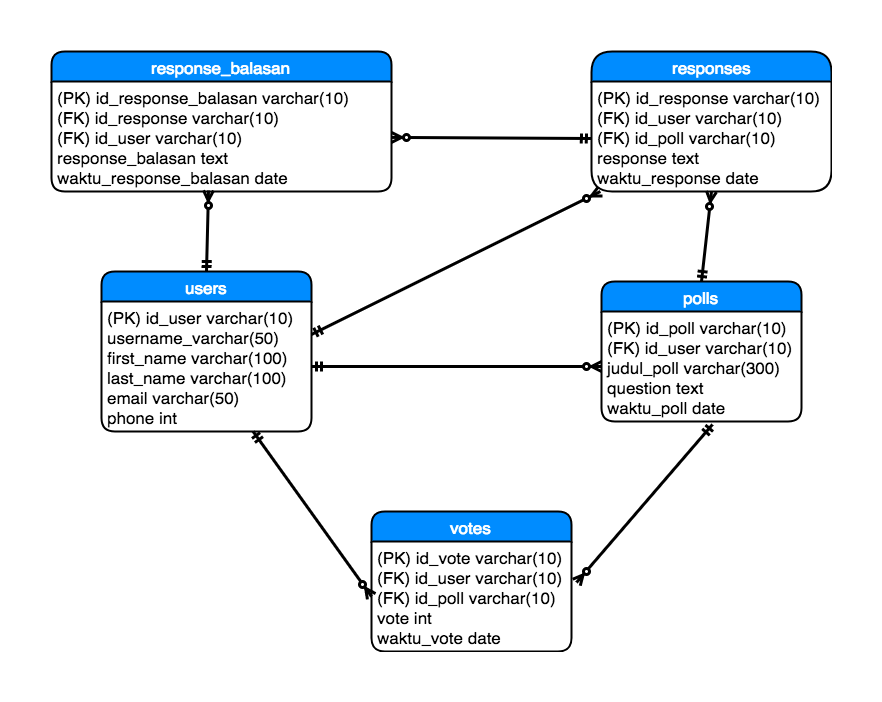
Before: polling_schema.png, a diagram exported from draw.io (fire-fox-2017/schema-polling). Source tidied: cells renumbered, new cells last; positions are measured from the earlier drawing's top-left corner, leaving out a move shared by most shapes.
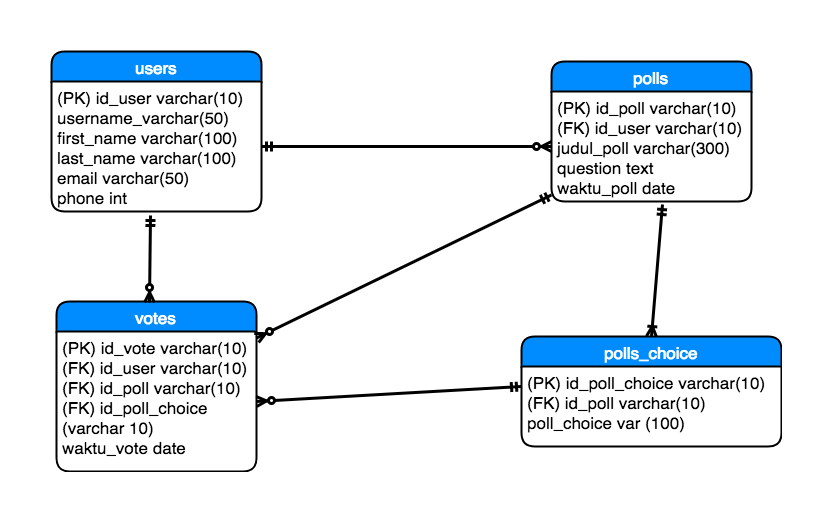
Later version of the same file.

What changed in the source:
```diff
@@ -8,12 +8,6 @@
     <mxCell id="3" value="(PK) id_user varchar(10)&lt;div&gt;username_varchar(50)&lt;/div&gt;&lt;div&gt;first_name varchar(100)&lt;/div&gt;&lt;div&gt;last_name varchar(100)&lt;/div&gt;&lt;div&gt;email varchar(50)&lt;/div&gt;&lt;div&gt;phone int&lt;/div&gt;" style="whiteSpace=wrap;html=1;align=left;strokeColor=none;fillColor=none;spacingLeft=4;fontSize=17;verticalAlign=top;" parent="2" vertex="1">
       <mxGeometry y="30" width="210" height="130" as="geometry" />
     </mxCell>
-    <mxCell id="4" value="responses" style="swimlane;html=1;horizontal=1;startSize=30;fillColor=#008cff;fontColor=#FFFFFF;rounded=1;fontSize=17;fontStyle=0;strokeWidth=2;shadow=0;dashed=0;align=center;arcSize=23;" parent="1" vertex="1">
-      <mxGeometry x="540" width="240" height="140" as="geometry" />
-    </mxCell>
-    <mxCell id="5" value="(PK) id_response varchar(10)&lt;div&gt;(FK) id_user varchar(10)&lt;br&gt;(FK) id_poll varchar(10)&lt;/div&gt;&lt;div&gt;response text&lt;/div&gt;&lt;div&gt;waktu_response date&lt;/div&gt;" style="whiteSpace=wrap;html=1;align=left;strokeColor=none;fillColor=none;spacingLeft=4;fontSize=17;verticalAlign=top;" parent="4" vertex="1">
-      <mxGeometry y="30" width="240" height="110" as="geometry" />
-    </mxCell>
     <mxCell id="6" value="polls" style="swimlane;html=1;horizontal=1;startSize=30;fillColor=#008cff;fontColor=#FFFFFF;rounded=1;fontSize=17;fontStyle=0;strokeWidth=2;shadow=0;dashed=0;align=center;" parent="1" vertex="1">
       <mxGeometry x="550" y="230" width="200" height="140" as="geometry" />
     </mxCell>
@@ -21,39 +15,31 @@
       <mxGeometry y="30" width="200" height="110" as="geometry" />
     </mxCell>
     <mxCell id="8" value="votes" style="swimlane;html=1;horizontal=1;startSize=30;fillColor=#008cff;fontColor=#FFFFFF;rounded=1;fontSize=17;fontStyle=0;strokeWidth=2;shadow=0;dashed=0;align=center;" parent="1" vertex="1">
-      <mxGeometry x="320" y="460" width="200" height="140" as="geometry" />
+      <mxGeometry x="55" y="470" width="200" height="170" as="geometry" />
     </mxCell>
-    <mxCell id="9" value="(PK) id_vote varchar(10)&lt;div&gt;(FK) id_user varchar(10)&lt;/div&gt;&lt;div&gt;(FK) id_poll varchar(10)&lt;/div&gt;&lt;div&gt;vote int&lt;/div&gt;&lt;div&gt;waktu_vote date&lt;br&gt;&lt;/div&gt;" style="whiteSpace=wrap;html=1;align=left;strokeColor=none;fillColor=none;spacingLeft=4;fontSize=17;verticalAlign=top;" parent="8" vertex="1">
-      <mxGeometry y="30" width="200" height="110" as="geometry" />
+    <mxCell id="9" value="(PK) id_vote varchar(10)&lt;div&gt;(FK) id_user varchar(10)&lt;/div&gt;&lt;div&gt;(FK) id_poll varchar(10)&lt;/div&gt;&lt;div&gt;(FK) id_poll_choice (varchar 10)&lt;/div&gt;&lt;div&gt;waktu_vote date&lt;br&gt;&lt;/div&gt;" style="whiteSpace=wrap;html=1;align=left;strokeColor=none;fillColor=none;spacingLeft=4;fontSize=17;verticalAlign=top;" parent="8" vertex="1">
+      <mxGeometry y="30" width="200" height="140" as="geometry" />
     </mxCell>
-    <mxCell id="10" value="response_balasan" style="swimlane;html=1;horizontal=1;startSize=30;fillColor=#008cff;fontColor=#FFFFFF;rounded=1;fontSize=17;fontStyle=0;strokeWidth=2;shadow=0;dashed=0;align=center;" parent="1" vertex="1">
-      <mxGeometry width="340" height="140" as="geometry" />
-    </mxCell>
-    <mxCell id="11" value="(PK) id_response_balasan varchar(10)&lt;div&gt;(FK) id_response varchar(10)&lt;/div&gt;&lt;div&gt;(FK) id_user varchar(10)&lt;/div&gt;&lt;div&gt;response_balasan text&lt;/div&gt;&lt;div&gt;waktu_response_balasan date&lt;/div&gt;" style="whiteSpace=wrap;html=1;align=left;strokeColor=none;fillColor=none;spacingLeft=4;fontSize=17;verticalAlign=top;" parent="10" vertex="1">
-      <mxGeometry y="30" width="340" height="110" as="geometry" />
-    </mxCell>
     <mxCell id="12" style="html=1;endArrow=ERzeroToMany;startArrow=ERmandOne;strokeWidth=3;exitX=1;exitY=0.5;entryX=0;entryY=0.5;" parent="1" edge="1" source="3" target="7">
       <mxGeometry relative="1" as="geometry" />
     </mxCell>
-    <mxCell id="13" style="html=1;endArrow=ERzeroToMany;startArrow=ERmandOne;strokeWidth=3;exitX=1;exitY=0.25;" parent="1" edge="1" source="3" target="5">
-      <mxGeometry relative="1" as="geometry" />
-    </mxCell>
-    <mxCell id="14" style="html=1;endArrow=ERzeroToMany;startArrow=ERmandOne;strokeWidth=3;exitX=0.5;exitY=0;entryX=0.5;entryY=1;" parent="1" edge="1" source="6" target="5">
-      <mxGeometry relative="1" as="geometry" />
-    </mxCell>
-    <mxCell id="15" style="html=1;endArrow=ERzeroToMany;startArrow=ERmandOne;strokeWidth=3;exitX=0.5;exitY=0;entryX=0.462;entryY=0.991;entryPerimeter=0;" parent="1" edge="1" source="2" target="11">
-      <mxGeometry relative="1" as="geometry" />
-    </mxCell>
-    <mxCell id="16" style="html=1;endArrow=ERmandOne;startArrow=ERzeroToMany;strokeWidth=3;endFill=0;startFill=1;" parent="1" edge="1" source="11">
-      <mxGeometry relative="1" as="geometry">
-        <mxPoint x="539.9" y="87" as="targetPoint" />
-      </mxGeometry>
-    </mxCell>
-    <mxCell id="17" style="html=1;endArrow=ERmandOne;startArrow=ERzeroToMany;strokeWidth=3;endFill=0;startFill=1;entryX=0.555;entryY=1.027;entryPerimeter=0;exitX=1.025;exitY=0.373;exitPerimeter=0;" parent="1" edge="1" source="9" target="7">
-      <mxGeometry relative="1" as="geometry" />
-    </mxCell>
-    <mxCell id="18" style="html=1;endArrow=ERzeroToMany;startArrow=ERmandOne;strokeWidth=3;entryX=0;entryY=0.5;endFill=1;" parent="1" edge="1" source="3" target="9">
-      <mxGeometry relative="1" as="geometry" />
+    <mxCell id="18" value="polls_choice" style="swimlane;html=1;horizontal=1;startSize=30;fillColor=#008cff;fontColor=#FFFFFF;rounded=1;fontSize=17;fontStyle=0;strokeWidth=2;shadow=0;dashed=0;align=center;" parent="1" vertex="1">
+      <mxGeometry x="520" y="505" width="260" height="110" as="geometry" />
     </mxCell>
+    <mxCell id="19" value="(PK) id_poll_choice varchar(10)&lt;div&gt;(FK) id_poll varchar(10)&lt;/div&gt;&lt;div&gt;poll_choice var (100)&lt;br&gt;&lt;/div&gt;" style="whiteSpace=wrap;html=1;align=left;strokeColor=none;fillColor=none;spacingLeft=4;fontSize=17;verticalAlign=top;" parent="18" vertex="1">
+      <mxGeometry y="30" width="260" height="80" as="geometry" />
+    </mxCell>
+    <mxCell id="20" style="html=1;endArrow=ERmandOne;startArrow=ERoneToMany;strokeWidth=3;startFill=0;endFill=0;entryX=0.555;entryY=1.027;entryPerimeter=0;exitX=0.5;exitY=0;" parent="1" edge="1" source="18" target="7">
+      <mxGeometry relative="1" as="geometry" />
+    </mxCell>
+    <mxCell id="21" style="html=1;endArrow=ERzeroToMany;startArrow=ERmandOne;strokeWidth=3;exitX=0.471;exitY=1.031;exitPerimeter=0;entryX=0.465;entryY=0.006;entryPerimeter=0;" parent="1" edge="1" source="3" target="8">
+      <mxGeometry relative="1" as="geometry" />
+    </mxCell>
+    <mxCell id="22" style="html=1;endArrow=ERzeroToMany;startArrow=ERmandOne;strokeWidth=3;" parent="1" edge="1" source="7" target="8">
+      <mxGeometry relative="1" as="geometry" />
+    </mxCell>
+    <mxCell id="23" style="html=1;endArrow=ERzeroToMany;startArrow=ERmandOne;strokeWidth=3;exitX=0;exitY=0.25;entryX=1;entryY=0.5;" parent="1" edge="1" source="19" target="9">
+      <mxGeometry relative="1" as="geometry" />
+    </mxCell>
   </root>
 </mxGraphModel>
```
